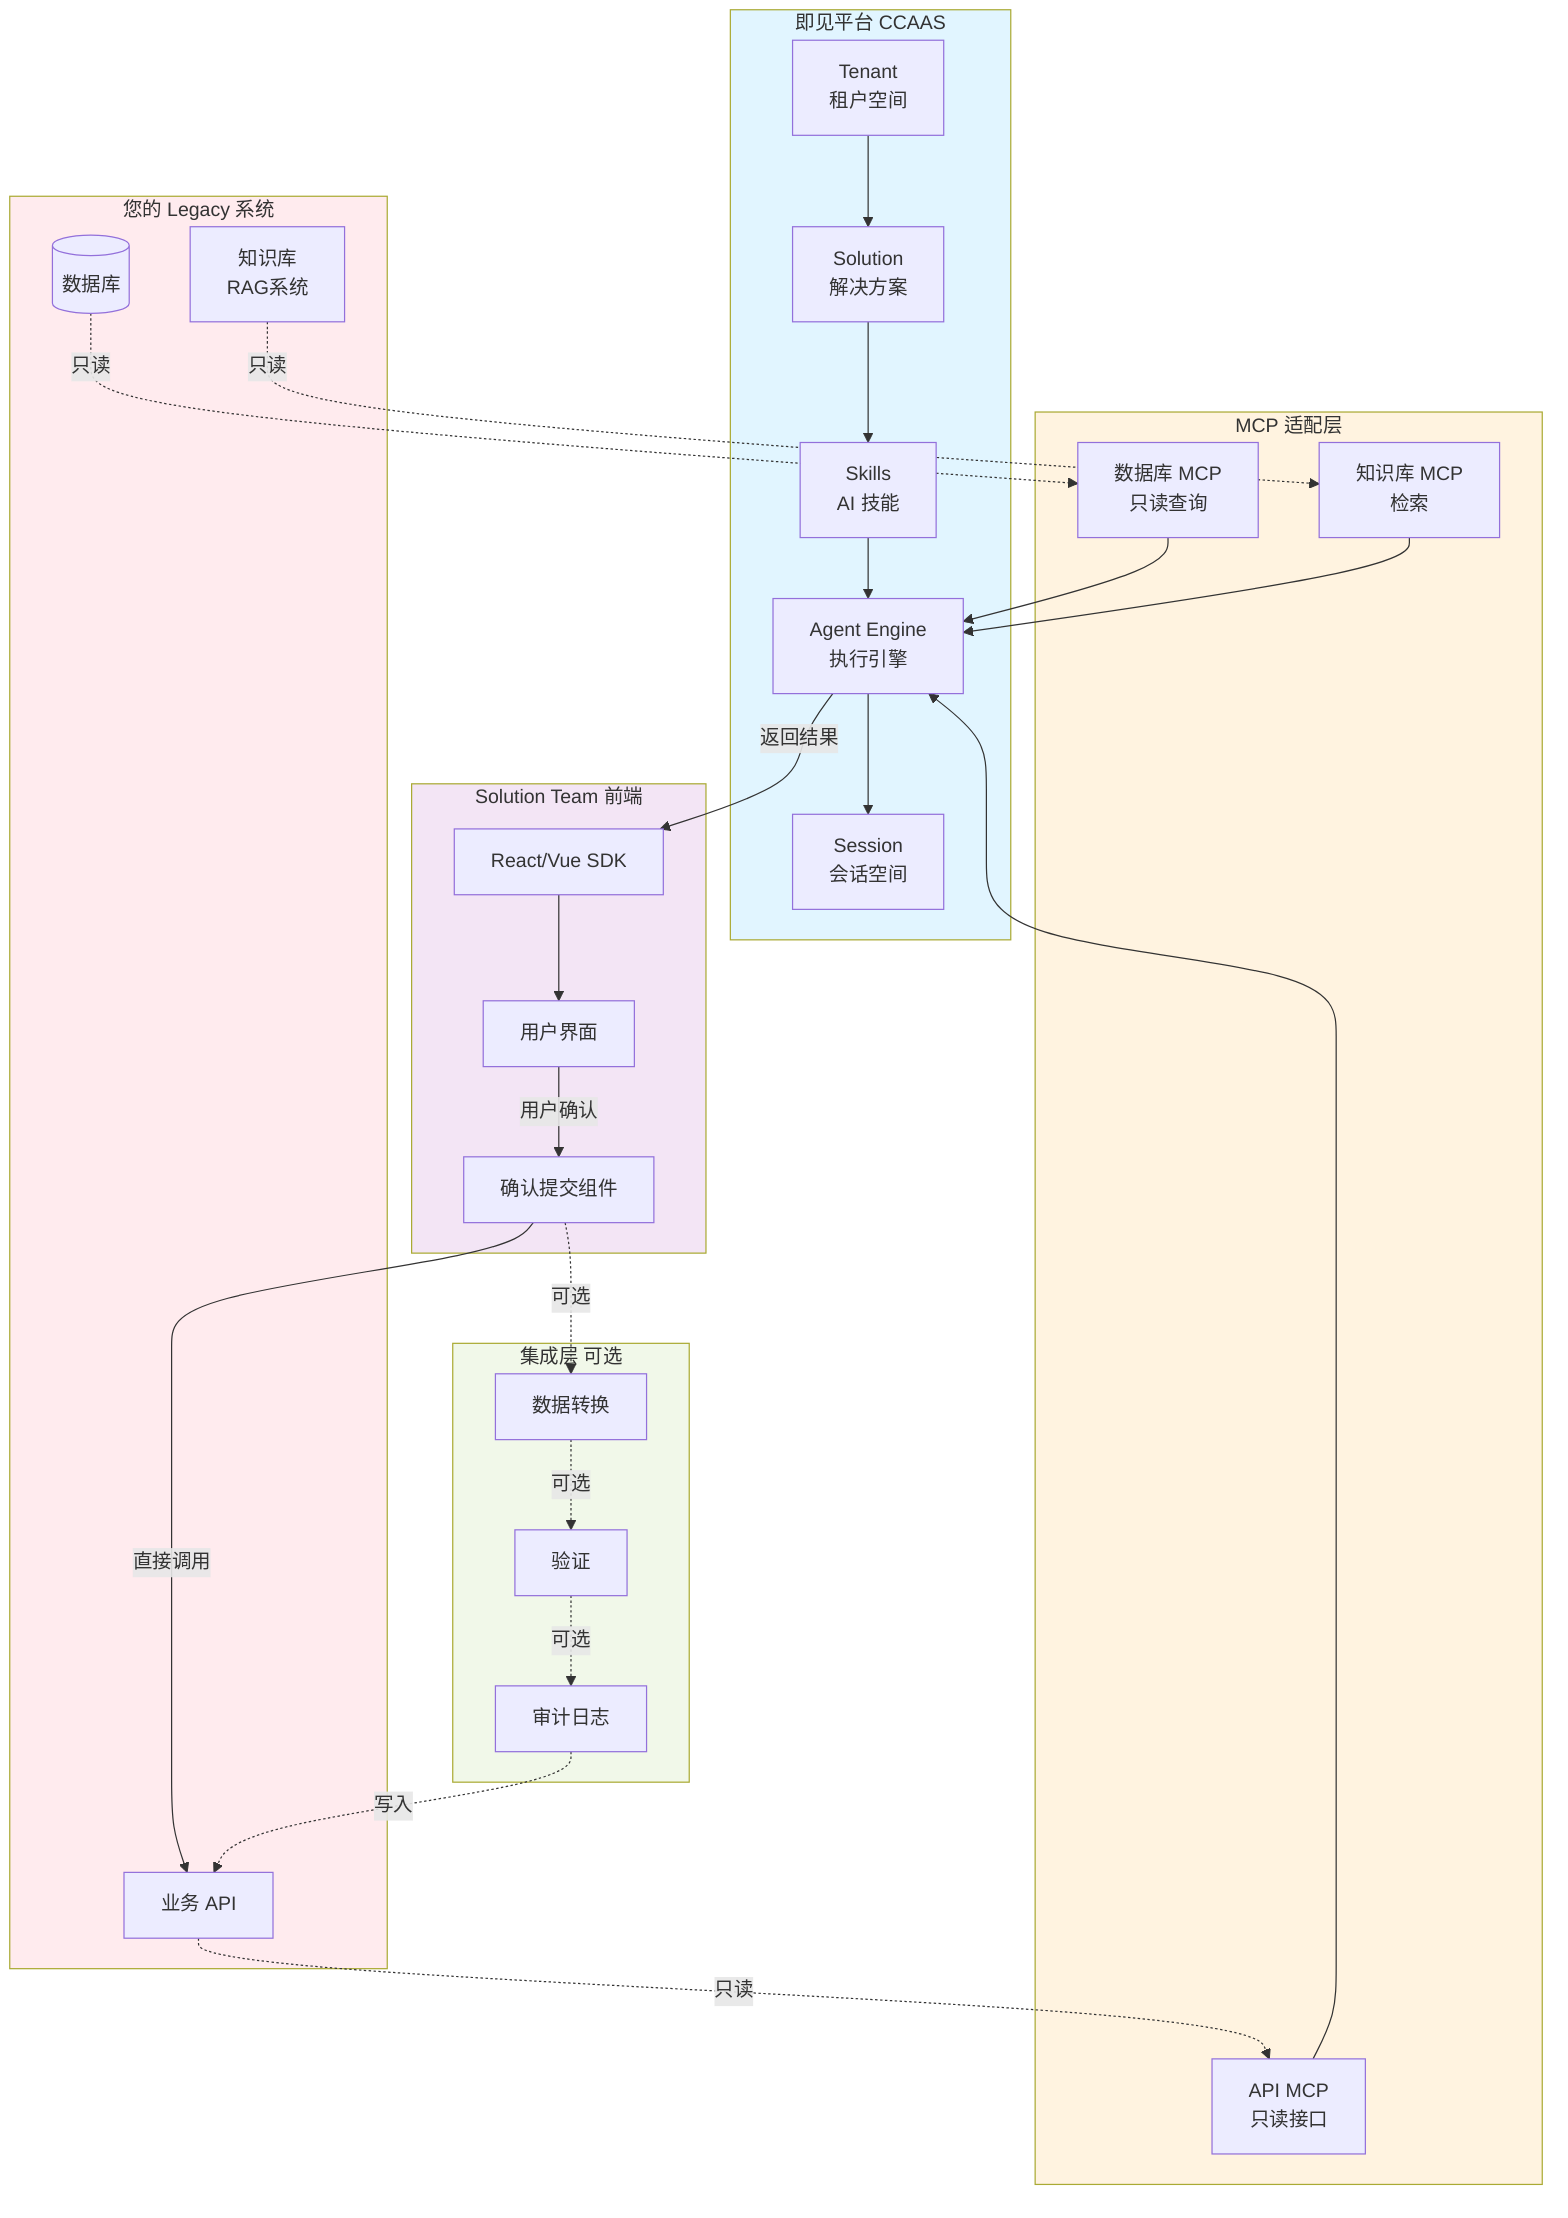
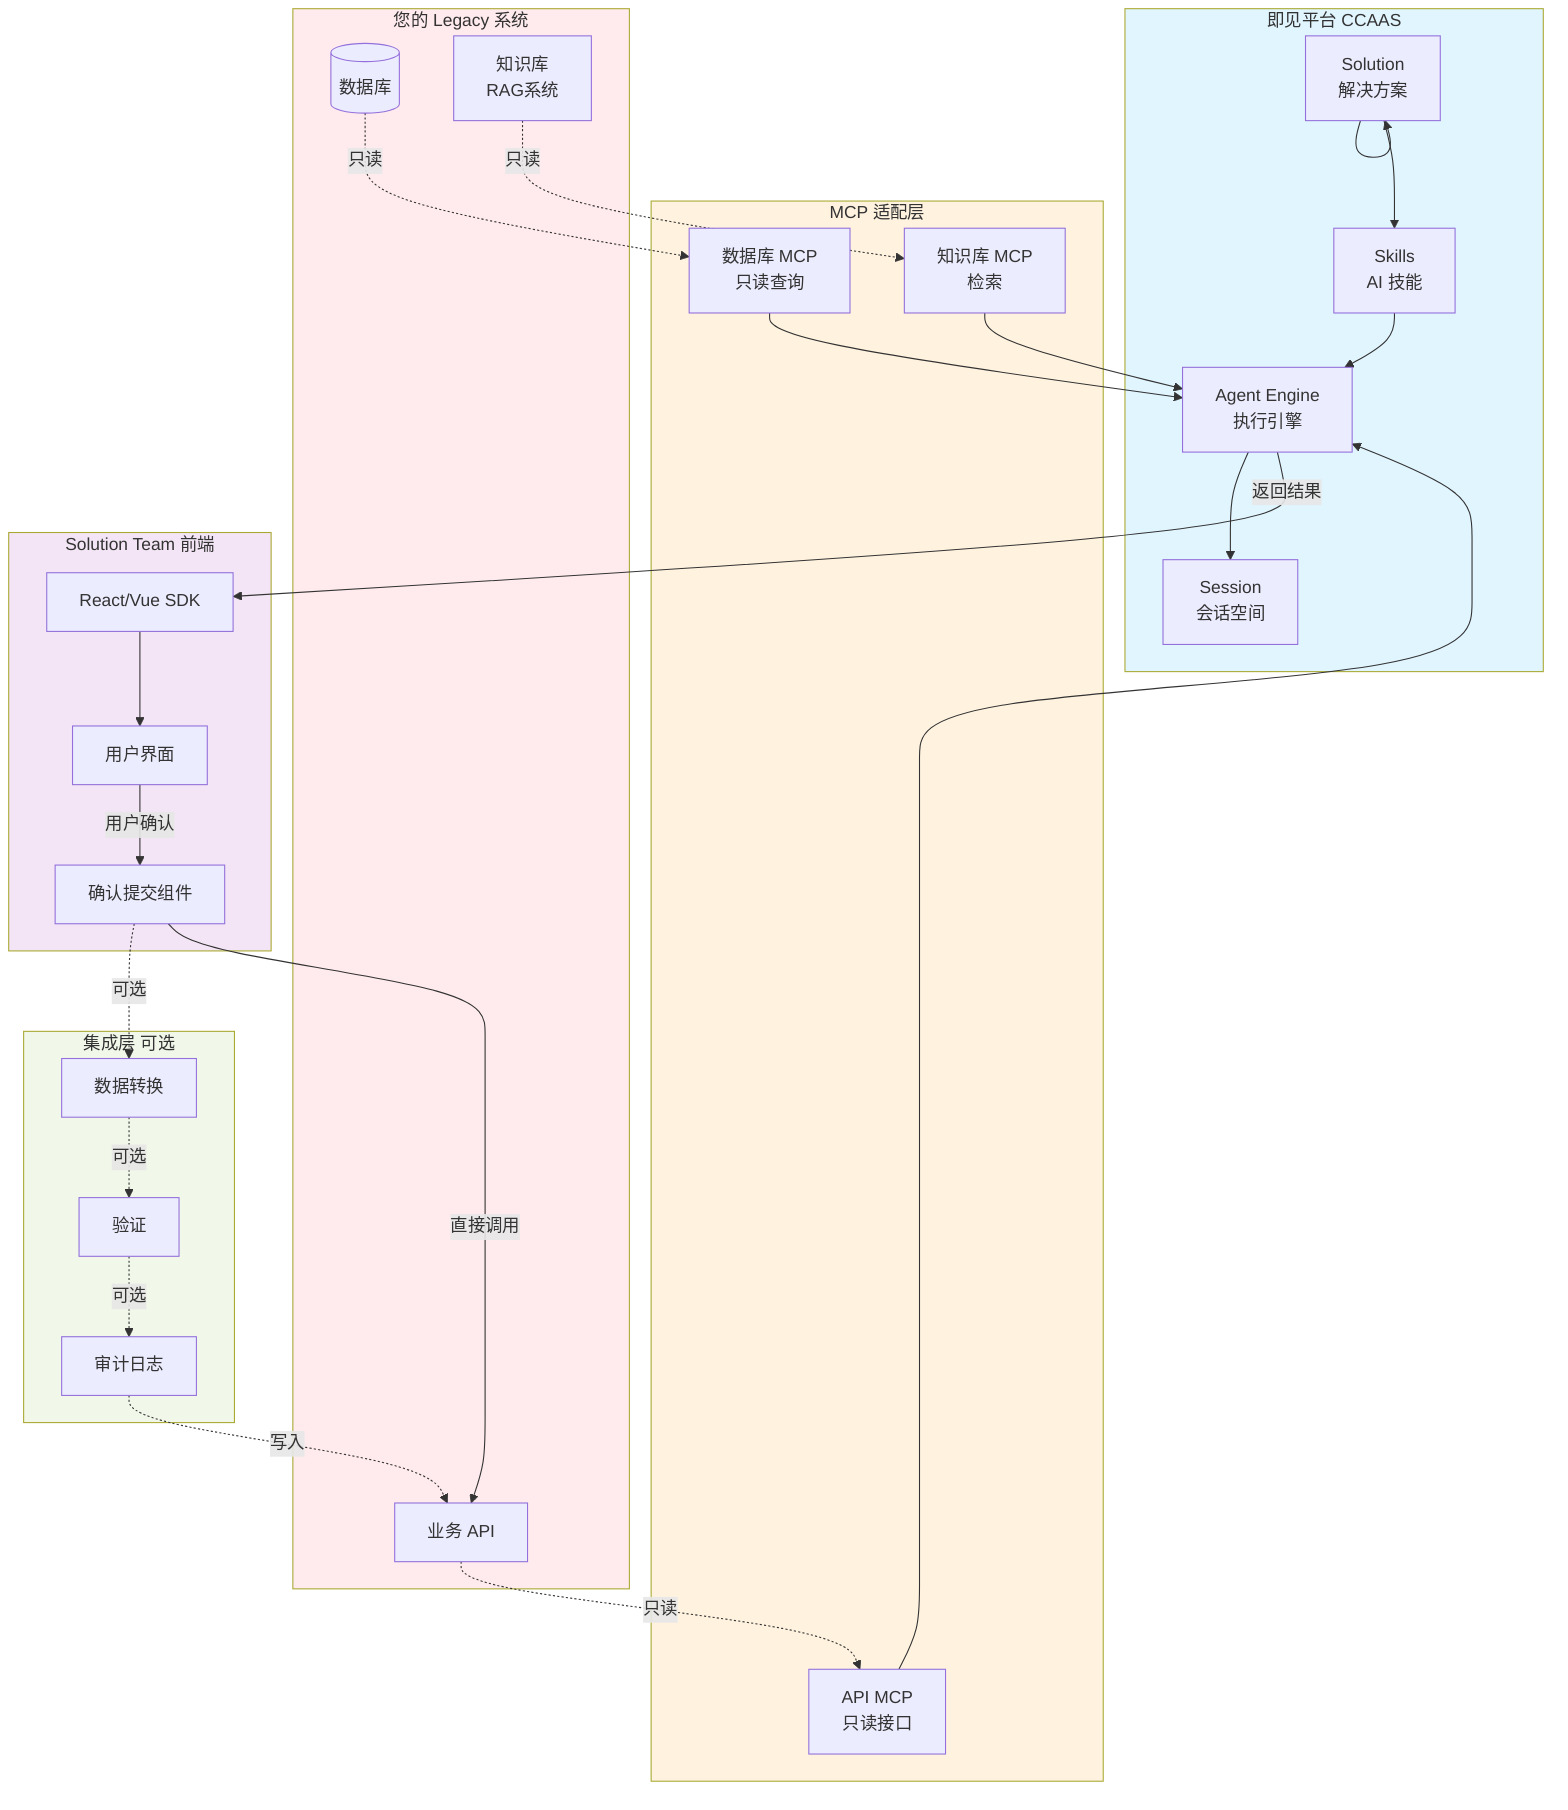
graph TB
    subgraph legacy[您的 Legacy 系统]
        DB[(数据库)]
        KB[知识库<br/>RAG系统]
        API[业务 API]
    end

    subgraph mcp[MCP 适配层]
        MCP1[数据库 MCP<br/>只读查询]
        MCP2[知识库 MCP<br/>检索]
        MCP3[API MCP<br/>只读接口]
    end

    subgraph platform[即见平台 CCAAS]
-         Tenant[Tenant<br/>租户空间]
+         Solution[Solution<br/>租户空间]
        Solution[Solution<br/>解决方案]
        Skills[Skills<br/>AI 技能]
        Agent[Agent Engine<br/>执行引擎]
        Session[Session<br/>会话空间]
    end

    subgraph frontend[Solution Team 前端]
        UI[用户界面]
        SDK[React/Vue SDK]
        Confirm[确认提交组件]
    end

    subgraph integration[集成层 可选]
        Transform[数据转换]
        Validate[验证]
        Audit[审计日志]
    end

    DB -.->|只读| MCP1
    KB -.->|只读| MCP2
    API -.->|只读| MCP3

    MCP1 --> Agent
    MCP2 --> Agent
    MCP3 --> Agent

-     Tenant --> Solution
+     Solution --> Solution
    Solution --> Skills
    Skills --> Agent
    Agent --> Session

    Agent -->|返回结果| SDK
    SDK --> UI
    UI -->|用户确认| Confirm

    Confirm -.->|可选| Transform
    Transform -.->|可选| Validate
    Validate -.->|可选| Audit

    Confirm -->|直接调用| API
    Audit -.->|写入| API

    style legacy fill:#ffebee
    style mcp fill:#fff3e0
    style platform fill:#e1f5ff
    style frontend fill:#f3e5f5
    style integration fill:#f1f8e9